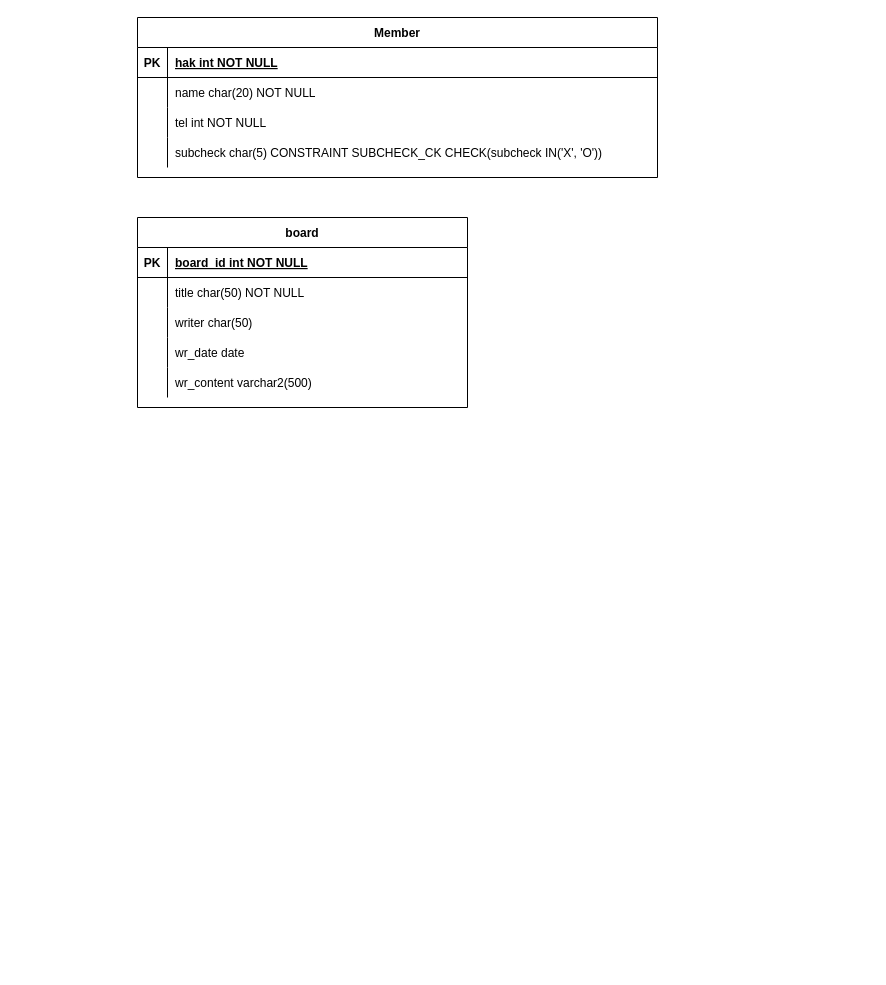
The draw.io diagram Untitled Diagram.drawio in riulwoo/Yuhan_Reference_Web_Reference, before the edit. Source tidied: cells renumbered, new cells numbered last; positions are measured from the earlier drawing's top-left corner, leaving out a move shared by most shapes. Both pictures are drawn from the tidied source at 100%, with x=0, y=0 at pixel (137, 17).
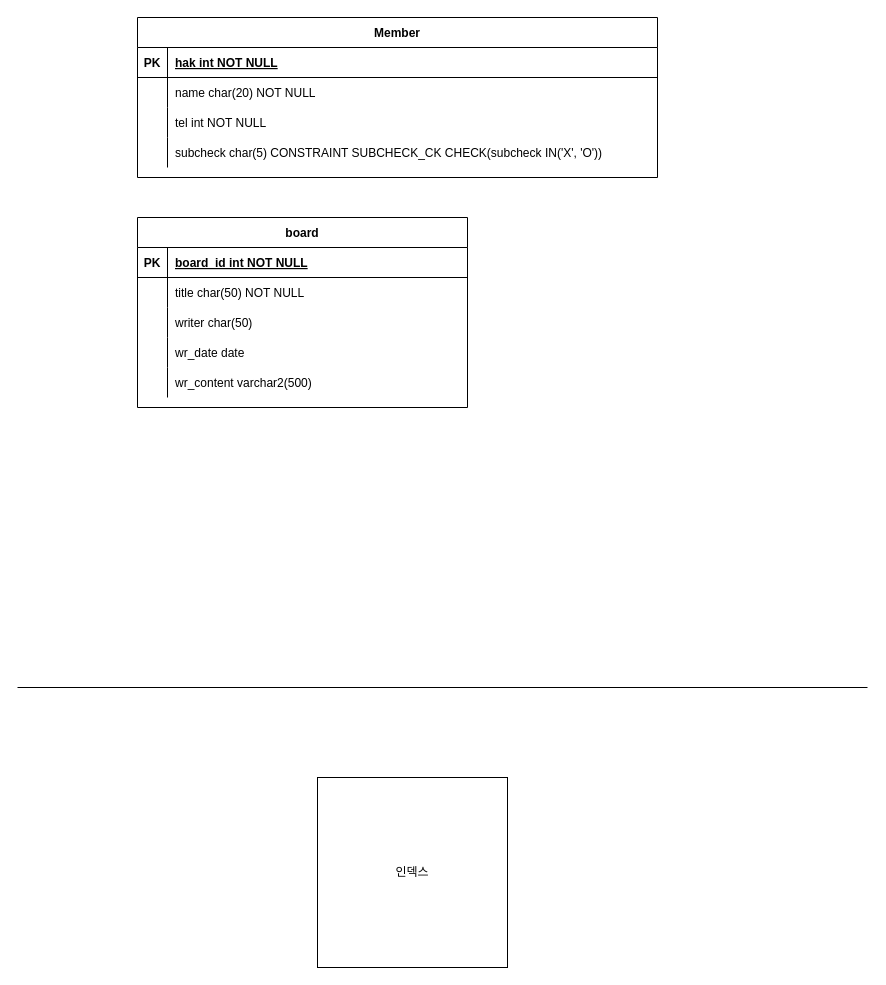
Above is the later version.

Change to the diagram source:
```diff
@@
+    <mxCell id="31" style="endArrow=none;html=1;rounded=0;" parent="1" edge="1">
+      <mxGeometry relative="1" as="geometry">
+        <mxPoint x="-120" y="670" as="sourcePoint" />
+        <mxPoint x="730" y="670" as="targetPoint" />
+      </mxGeometry>
+    </mxCell>
+    <mxCell id="32" value="인덱스" style="whiteSpace=wrap;html=1;" parent="1" vertex="1">
+      <mxGeometry x="180" y="760" width="190" height="190" as="geometry" />
+    </mxCell>
```
